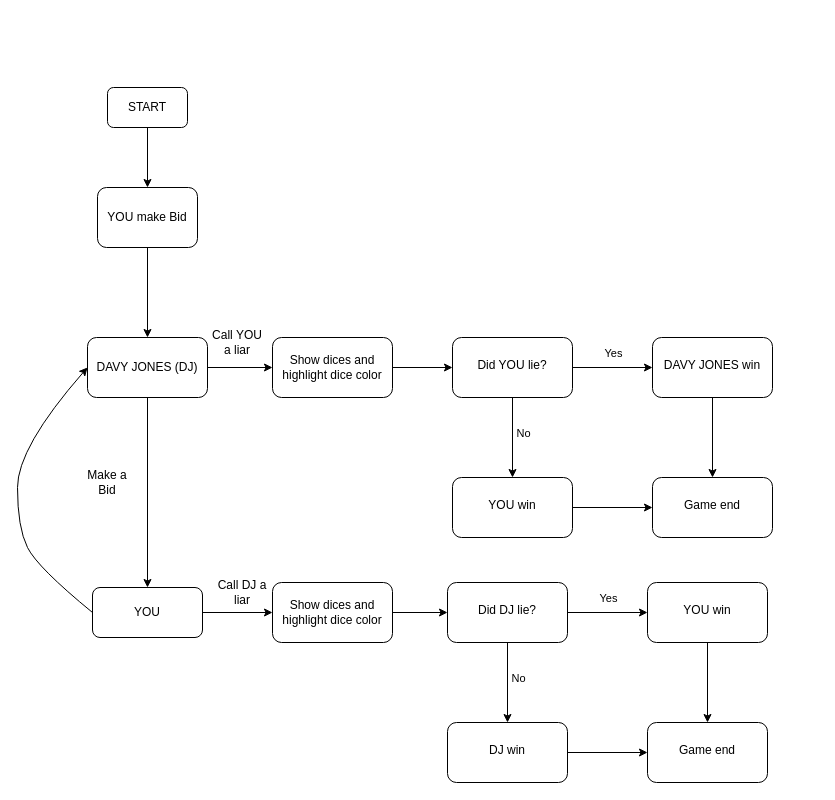
hhshan21/Liar-s-Dice keeps this draw.io diagram as Flowchart.drawio. Above is the earlier version. Source tidied: cells renumbered, new cells numbered last; positions are measured from the earlier drawing's top-left corner, leaving out a move shared by most shapes. Both pictures are drawn from the tidied source at 100%, with x=0, y=0 at pixel (17, 87).
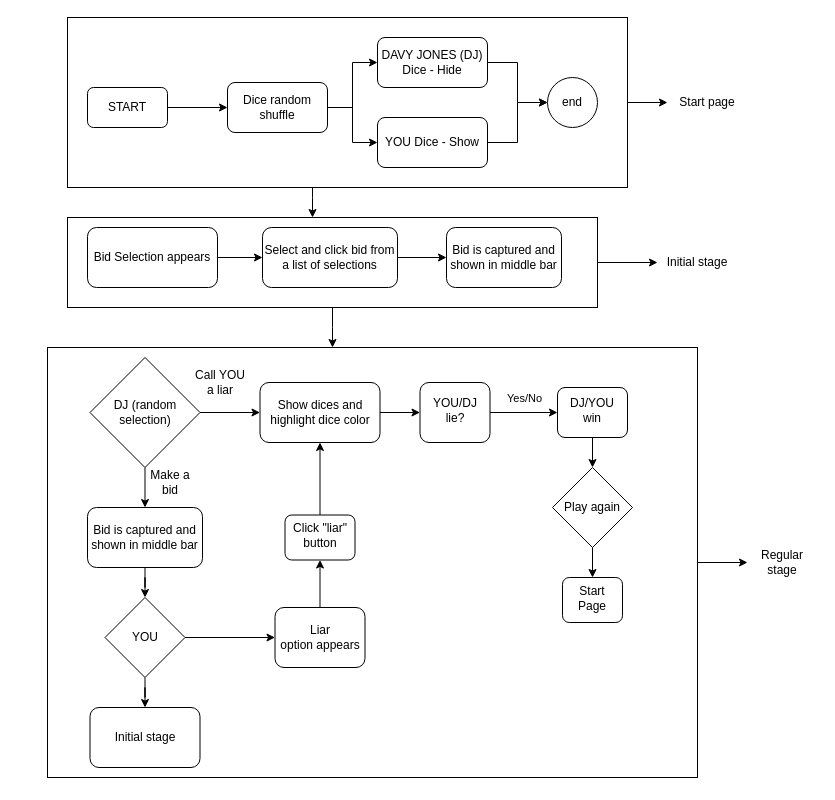
The same page after the edit.

The change refers to these unchanged cells:
```xml
<mxCell id="6" style="edgeStyle=orthogonalEdgeStyle;rounded=0;jettySize=auto;html=1;" parent="1" edge="1" source="10" target="12">
  <mxGeometry relative="1" as="geometry" />
</mxCell>
```

What changed in the source:
```diff
@@
-    <mxCell id="2" style="edgeStyle=orthogonalEdgeStyle;rounded=0;jettySize=auto;html=1;" parent="1" edge="1" source="3" target="18">
-      <mxGeometry relative="1" as="geometry" />
-    </mxCell>
+    <mxCell id="39" style="edgeStyle=orthogonalEdgeStyle;rounded=0;jettySize=auto;html=1;" parent="1" edge="1" source="40" target="69">
+      <mxGeometry relative="1" as="geometry" />
+    </mxCell>
+    <mxCell id="40" style="rounded=0;whiteSpace=wrap;html=1;fillColor=none;" parent="1" vertex="1">
+      <mxGeometry x="30" y="260" width="650" height="430" as="geometry" />
+    </mxCell>
+    <mxCell id="41" style="edgeStyle=orthogonalEdgeStyle;rounded=0;jettySize=auto;html=1;" parent="1" edge="1" source="42">
+      <mxGeometry relative="1" as="geometry">
+        <mxPoint x="315" y="260" as="targetPoint" />
+      </mxGeometry>
+    </mxCell>
+    <mxCell id="42" style="rounded=0;whiteSpace=wrap;html=1;fillColor=none;" parent="1" vertex="1">
+      <mxGeometry x="50" y="130" width="530" height="90" as="geometry" />
+    </mxCell>
+    <mxCell id="43" style="edgeStyle=orthogonalEdgeStyle;rounded=0;jettySize=auto;html=1;" parent="1" edge="1" source="3" target="56">
+      <mxGeometry relative="1" as="geometry" />
+    </mxCell>
-    <mxCell id="3" value="YOU make Bid" style="rounded=1;whiteSpace=wrap;html=1;fontSize=12;glass=0;strokeWidth=1;shadow=0;" parent="1" vertex="1">
-      <mxGeometry x="80" y="100" width="100" height="60" as="geometry" />
+    <mxCell id="3" value="Select and click bid from a list of selections" style="rounded=1;whiteSpace=wrap;html=1;fontSize=12;glass=0;strokeWidth=1;shadow=0;" parent="1" vertex="1">
+      <mxGeometry x="245" y="140" width="135" height="60" as="geometry" />
     </mxCell>
-    <mxCell id="4" style="edgeStyle=orthogonalEdgeStyle;rounded=0;jettySize=auto;html=1;" parent="1" edge="1" source="5" target="3">
-      <mxGeometry relative="1" as="geometry" />
-    </mxCell>
+    <mxCell id="44" style="edgeStyle=orthogonalEdgeStyle;rounded=0;jettySize=auto;html=1;" parent="1" edge="1" source="5" target="48">
+      <mxGeometry relative="1" as="geometry" />
+    </mxCell>
     <mxCell id="5" value="START" style="rounded=1;whiteSpace=wrap;html=1;fontSize=12;glass=0;strokeWidth=1;shadow=0;" parent="1" vertex="1">
-      <mxGeometry x="90" width="80" height="40" as="geometry" />
+      <mxGeometry x="70" width="80" height="40" as="geometry" />
     </mxCell>
@@
-    <mxCell id="7" value="Yes" style="edgeLabel;html=1;align=center;verticalAlign=middle;" parent="6" vertex="1">
+    <mxCell id="7" value="Yes/No" style="edgeLabel;html=1;align=center;verticalAlign=middle;" parent="6" vertex="1">
       <mxGeometry x="-0.03" y="2" relative="1" as="geometry">
         <mxPoint x="1" y="-13" as="offset" />
       </mxGeometry>
     </mxCell>
-    <mxCell id="8" style="edgeStyle=orthogonalEdgeStyle;rounded=0;jettySize=auto;html=1;" parent="1" edge="1" source="10" target="15">
-      <mxGeometry relative="1" as="geometry" />
-    </mxCell>
-    <mxCell id="9" value="No" style="edgeLabel;html=1;align=center;verticalAlign=middle;" parent="8" vertex="1">
-      <mxGeometry x="-0.34" y="3" relative="1" as="geometry">
-        <mxPoint x="7" y="9" as="offset" />
-      </mxGeometry>
-    </mxCell>
-    <mxCell id="10" value="Did YOU lie?" style="rounded=1;whiteSpace=wrap;html=1;shadow=0;strokeWidth=1;spacing=6;spacingTop=-4;" parent="1" vertex="1">
-      <mxGeometry x="435" y="250" width="120" height="60" as="geometry" />
+    <mxCell id="10" value="YOU/DJ lie?" style="rounded=1;whiteSpace=wrap;html=1;shadow=0;strokeWidth=1;spacing=6;spacingTop=-4;" parent="1" vertex="1">
+      <mxGeometry x="402.5" y="295" width="70" height="60" as="geometry" />
     </mxCell>
-    <mxCell id="11" style="edgeStyle=orthogonalEdgeStyle;rounded=0;jettySize=auto;html=1;" parent="1" edge="1" source="12" target="13">
-      <mxGeometry relative="1" as="geometry" />
-    </mxCell>
+    <mxCell id="45" style="edgeStyle=orthogonalEdgeStyle;rounded=0;jettySize=auto;html=1;" parent="1" edge="1" source="12" target="74">
+      <mxGeometry relative="1" as="geometry" />
+    </mxCell>
-    <mxCell id="12" value="DAVY JONES win" style="rounded=1;whiteSpace=wrap;html=1;shadow=0;strokeWidth=1;spacing=6;spacingTop=-4;" parent="1" vertex="1">
-      <mxGeometry x="635" y="250" width="120" height="60" as="geometry" />
+    <mxCell id="12" value="DJ/YOU win" style="rounded=1;whiteSpace=wrap;html=1;shadow=0;strokeWidth=1;spacing=6;spacingTop=-4;" parent="1" vertex="1">
+      <mxGeometry x="540" y="300" width="70" height="50" as="geometry" />
     </mxCell>
-    <mxCell id="13" value="Game end" style="rounded=1;whiteSpace=wrap;html=1;shadow=0;strokeWidth=1;spacing=6;spacingTop=-4;" parent="1" vertex="1">
-      <mxGeometry x="635" y="390" width="120" height="60" as="geometry" />
-    </mxCell>
-    <mxCell id="14" style="edgeStyle=orthogonalEdgeStyle;rounded=0;jettySize=auto;html=1;" parent="1" edge="1" source="15" target="13">
-      <mxGeometry relative="1" as="geometry" />
-    </mxCell>
-    <mxCell id="15" value="YOU win" style="rounded=1;whiteSpace=wrap;html=1;shadow=0;strokeWidth=1;spacing=6;spacingTop=-4;" parent="1" vertex="1">
-      <mxGeometry x="435" y="390" width="120" height="60" as="geometry" />
-    </mxCell>
-    <mxCell id="16" style="edgeStyle=orthogonalEdgeStyle;rounded=0;jettySize=auto;html=1;" parent="1" edge="1" source="18" target="21">
-      <mxGeometry relative="1" as="geometry" />
-    </mxCell>
-    <mxCell id="17" style="edgeStyle=orthogonalEdgeStyle;rounded=0;jettySize=auto;html=1;" parent="1" edge="1" source="18" target="36">
-      <mxGeometry relative="1" as="geometry" />
-    </mxCell>
-    <mxCell id="18" value="DAVY JONES (DJ)" style="rounded=1;whiteSpace=wrap;html=1;" parent="1" vertex="1">
-      <mxGeometry x="70" y="250" width="120" height="60" as="geometry" />
-    </mxCell>
     <mxCell id="19" value="Call YOU a liar" style="text;html=1;strokeColor=none;fillColor=none;align=center;verticalAlign=middle;whiteSpace=wrap;rounded=0;" parent="1" vertex="1">
-      <mxGeometry x="190" y="240" width="60" height="30" as="geometry" />
+      <mxGeometry x="172.5" y="280" width="60" height="30" as="geometry" />
     </mxCell>
-    <mxCell id="20" style="edgeStyle=orthogonalEdgeStyle;rounded=0;jettySize=auto;html=1;" parent="1" edge="1" source="21" target="38">
-      <mxGeometry relative="1" as="geometry" />
-    </mxCell>
-    <mxCell id="21" value="YOU" style="rounded=1;whiteSpace=wrap;html=1;" parent="1" vertex="1">
-      <mxGeometry x="75" y="500" width="110" height="50" as="geometry" />
-    </mxCell>
-    <mxCell id="22" value="Make a Bid" style="text;html=1;strokeColor=none;fillColor=none;align=center;verticalAlign=middle;whiteSpace=wrap;rounded=0;" parent="1" vertex="1">
-      <mxGeometry x="60" y="380" width="60" height="30" as="geometry" />
-    </mxCell>
-    <mxCell id="23" style="edgeStyle=orthogonalEdgeStyle;rounded=0;jettySize=auto;html=1;" parent="1" edge="1" source="27" target="29">
-      <mxGeometry relative="1" as="geometry" />
-    </mxCell>
-    <mxCell id="24" value="Yes" style="edgeLabel;html=1;align=center;verticalAlign=middle;" parent="23" vertex="1">
-      <mxGeometry x="-0.03" y="2" relative="1" as="geometry">
-        <mxPoint x="1" y="-13" as="offset" />
-      </mxGeometry>
-    </mxCell>
-    <mxCell id="25" style="edgeStyle=orthogonalEdgeStyle;rounded=0;jettySize=auto;html=1;" parent="1" edge="1" source="27" target="32">
-      <mxGeometry relative="1" as="geometry" />
-    </mxCell>
-    <mxCell id="26" value="No" style="edgeLabel;html=1;align=center;verticalAlign=middle;" parent="25" vertex="1">
-      <mxGeometry x="-0.34" y="3" relative="1" as="geometry">
-        <mxPoint x="7" y="9" as="offset" />
-      </mxGeometry>
-    </mxCell>
-    <mxCell id="27" value="Did DJ lie?" style="rounded=1;whiteSpace=wrap;html=1;shadow=0;strokeWidth=1;spacing=6;spacingTop=-4;" parent="1" vertex="1">
-      <mxGeometry x="430" y="495" width="120" height="60" as="geometry" />
-    </mxCell>
-    <mxCell id="28" style="edgeStyle=orthogonalEdgeStyle;rounded=0;jettySize=auto;html=1;" parent="1" edge="1" source="29" target="30">
-      <mxGeometry relative="1" as="geometry" />
-    </mxCell>
-    <mxCell id="29" value="YOU win" style="rounded=1;whiteSpace=wrap;html=1;shadow=0;strokeWidth=1;spacing=6;spacingTop=-4;" parent="1" vertex="1">
-      <mxGeometry x="630" y="495" width="120" height="60" as="geometry" />
-    </mxCell>
-    <mxCell id="30" value="Game end" style="rounded=1;whiteSpace=wrap;html=1;shadow=0;strokeWidth=1;spacing=6;spacingTop=-4;" parent="1" vertex="1">
-      <mxGeometry x="630" y="635" width="120" height="60" as="geometry" />
-    </mxCell>
-    <mxCell id="31" style="edgeStyle=orthogonalEdgeStyle;rounded=0;jettySize=auto;html=1;" parent="1" edge="1" source="32" target="30">
-      <mxGeometry relative="1" as="geometry" />
-    </mxCell>
-    <mxCell id="32" value="DJ win" style="rounded=1;whiteSpace=wrap;html=1;shadow=0;strokeWidth=1;spacing=6;spacingTop=-4;" parent="1" vertex="1">
-      <mxGeometry x="430" y="635" width="120" height="60" as="geometry" />
-    </mxCell>
-    <mxCell id="33" value="Call DJ a liar" style="text;html=1;strokeColor=none;fillColor=none;align=center;verticalAlign=middle;whiteSpace=wrap;rounded=0;" parent="1" vertex="1">
-      <mxGeometry x="195" y="490" width="60" height="30" as="geometry" />
-    </mxCell>
-    <mxCell id="34" style="curved=1;endArrow=classic;html=1;rounded=0;entryX=0;entryY=0.5;entryDx=0;entryDy=0;exitX=0;exitY=0.5;exitDx=0;exitDy=0;" parent="1" edge="1" source="21" target="18">
-      <mxGeometry relative="1" as="geometry">
-        <Array as="points">
-          <mxPoint x="20" y="480" />
-          <mxPoint y="440" />
-          <mxPoint y="360" />
-        </Array>
-      </mxGeometry>
-    </mxCell>
@@
     <mxCell id="36" value="Show dices and highlight dice color" style="rounded=1;whiteSpace=wrap;html=1;" parent="1" vertex="1">
-      <mxGeometry x="255" y="250" width="120" height="60" as="geometry" />
+      <mxGeometry x="242.5" y="295" width="120" height="60" as="geometry" />
     </mxCell>
-    <mxCell id="37" style="edgeStyle=orthogonalEdgeStyle;rounded=0;jettySize=auto;html=1;" parent="1" edge="1" source="38" target="27">
-      <mxGeometry relative="1" as="geometry" />
-    </mxCell>
-    <mxCell id="38" value="Show dices and highlight dice color" style="rounded=1;whiteSpace=wrap;html=1;" parent="1" vertex="1">
-      <mxGeometry x="255" y="495" width="120" height="60" as="geometry" />
-    </mxCell>
+    <mxCell id="46" style="edgeStyle=orthogonalEdgeStyle;rounded=0;jettySize=auto;html=1;" parent="1" edge="1" source="48" target="52">
+      <mxGeometry relative="1" as="geometry" />
+    </mxCell>
+    <mxCell id="47" style="edgeStyle=orthogonalEdgeStyle;rounded=0;jettySize=auto;html=1;entryX=0;entryY=0.5;entryDx=0;entryDy=0;" parent="1" edge="1" source="48" target="50">
+      <mxGeometry relative="1" as="geometry" />
+    </mxCell>
+    <mxCell id="48" value="Dice random shuffle" style="rounded=1;whiteSpace=wrap;html=1;" parent="1" vertex="1">
+      <mxGeometry x="210" y="-5" width="100" height="50" as="geometry" />
+    </mxCell>
+    <mxCell id="49" style="edgeStyle=orthogonalEdgeStyle;rounded=0;jettySize=auto;html=1;" parent="1" edge="1" source="50" target="53">
+      <mxGeometry relative="1" as="geometry" />
+    </mxCell>
+    <mxCell id="50" value="&lt;span style=&quot;&quot;&gt;DAVY JONES (DJ) Dice - Hide&lt;/span&gt;" style="rounded=1;whiteSpace=wrap;html=1;" parent="1" vertex="1">
+      <mxGeometry x="360" y="-50" width="110" height="50" as="geometry" />
+    </mxCell>
+    <mxCell id="51" style="edgeStyle=orthogonalEdgeStyle;rounded=0;jettySize=auto;html=1;" parent="1" edge="1" source="52" target="53">
+      <mxGeometry relative="1" as="geometry" />
+    </mxCell>
+    <mxCell id="52" value="&lt;span style=&quot;&quot;&gt;YOU Dice - Show&lt;/span&gt;" style="rounded=1;whiteSpace=wrap;html=1;" parent="1" vertex="1">
+      <mxGeometry x="360" y="30" width="110" height="50" as="geometry" />
+    </mxCell>
+    <mxCell id="53" value="end" style="ellipse;whiteSpace=wrap;html=1;" parent="1" vertex="1">
+      <mxGeometry x="530" y="-10" width="50" height="50" as="geometry" />
+    </mxCell>
+    <mxCell id="54" style="edgeStyle=orthogonalEdgeStyle;rounded=0;jettySize=auto;html=1;" parent="1" edge="1" source="55" target="3">
+      <mxGeometry relative="1" as="geometry" />
+    </mxCell>
+    <mxCell id="55" value="Bid Selection appears" style="rounded=1;whiteSpace=wrap;html=1;" parent="1" vertex="1">
+      <mxGeometry x="70" y="140" width="130" height="60" as="geometry" />
+    </mxCell>
+    <mxCell id="56" value="Bid is captured and shown in middle bar" style="rounded=1;whiteSpace=wrap;html=1;" parent="1" vertex="1">
+      <mxGeometry x="429" y="140" width="115" height="60" as="geometry" />
+    </mxCell>
+    <mxCell id="57" value="Make a bid" style="text;html=1;strokeColor=none;fillColor=none;align=center;verticalAlign=middle;whiteSpace=wrap;rounded=0;" parent="1" vertex="1">
+      <mxGeometry x="122.5" y="380" width="60" height="30" as="geometry" />
+    </mxCell>
+    <mxCell id="58" style="edgeStyle=orthogonalEdgeStyle;rounded=0;jettySize=auto;html=1;" parent="1" edge="1" source="59" target="21">
+      <mxGeometry relative="1" as="geometry" />
+    </mxCell>
+    <mxCell id="59" value="Bid is captured and shown in middle bar" style="rounded=1;whiteSpace=wrap;html=1;" parent="1" vertex="1">
+      <mxGeometry x="70" y="420" width="115" height="60" as="geometry" />
+    </mxCell>
+    <mxCell id="60" style="edgeStyle=orthogonalEdgeStyle;rounded=0;jettySize=auto;html=1;" parent="1" edge="1" source="61" target="79">
+      <mxGeometry relative="1" as="geometry" />
+    </mxCell>
+    <mxCell id="61" value="Liar&lt;br&gt;option appears" style="rounded=1;whiteSpace=wrap;html=1;" parent="1" vertex="1">
+      <mxGeometry x="257.5" y="520" width="90" height="60" as="geometry" />
+    </mxCell>
+    <mxCell id="62" value="Initial stage" style="rounded=1;whiteSpace=wrap;html=1;" parent="1" vertex="1">
+      <mxGeometry x="72.5" y="620" width="110" height="60" as="geometry" />
+    </mxCell>
+    <mxCell id="63" style="edgeStyle=orthogonalEdgeStyle;rounded=0;jettySize=auto;html=1;" parent="1" edge="1" source="65" target="66">
+      <mxGeometry relative="1" as="geometry" />
+    </mxCell>
+    <mxCell id="64" style="edgeStyle=orthogonalEdgeStyle;rounded=0;jettySize=auto;html=1;" parent="1" edge="1" source="65" target="42">
+      <mxGeometry relative="1" as="geometry">
+        <Array as="points">
+          <mxPoint x="295" y="110" />
+          <mxPoint x="295" y="110" />
+        </Array>
+      </mxGeometry>
+    </mxCell>
+    <mxCell id="65" style="rounded=0;whiteSpace=wrap;html=1;fillColor=none;" parent="1" vertex="1">
+      <mxGeometry x="50" y="-70" width="560" height="170" as="geometry" />
+    </mxCell>
+    <mxCell id="66" value="Start page" style="text;html=1;strokeColor=none;fillColor=none;align=center;verticalAlign=middle;whiteSpace=wrap;rounded=0;" parent="1" vertex="1">
+      <mxGeometry x="650" width="80" height="30" as="geometry" />
+    </mxCell>
+    <mxCell id="67" style="edgeStyle=orthogonalEdgeStyle;rounded=0;jettySize=auto;html=1;" parent="1" edge="1" source="42" target="68">
+      <mxGeometry relative="1" as="geometry" />
+    </mxCell>
+    <mxCell id="68" value="Initial stage" style="text;html=1;strokeColor=none;fillColor=none;align=center;verticalAlign=middle;whiteSpace=wrap;rounded=0;" parent="1" vertex="1">
+      <mxGeometry x="640" y="160" width="80" height="30" as="geometry" />
+    </mxCell>
+    <mxCell id="69" value="Regular stage" style="text;html=1;strokeColor=none;fillColor=none;align=center;verticalAlign=middle;whiteSpace=wrap;rounded=0;" parent="1" vertex="1">
+      <mxGeometry x="730" y="460" width="70" height="30" as="geometry" />
+    </mxCell>
+    <mxCell id="70" style="edgeStyle=orthogonalEdgeStyle;rounded=0;jettySize=auto;html=1;" parent="1" edge="1" source="72" target="59">
+      <mxGeometry relative="1" as="geometry" />
+    </mxCell>
+    <mxCell id="71" style="edgeStyle=orthogonalEdgeStyle;rounded=0;jettySize=auto;html=1;" parent="1" edge="1" source="72" target="36">
+      <mxGeometry relative="1" as="geometry" />
+    </mxCell>
+    <mxCell id="72" value="DJ (random selection)" style="rhombus;whiteSpace=wrap;html=1;fillColor=default;" parent="1" vertex="1">
+      <mxGeometry x="72.5" y="270" width="110" height="110" as="geometry" />
+    </mxCell>
+    <mxCell id="73" style="edgeStyle=orthogonalEdgeStyle;rounded=0;jettySize=auto;html=1;" parent="1" edge="1" source="74" target="75">
+      <mxGeometry relative="1" as="geometry" />
+    </mxCell>
+    <mxCell id="74" value="Play again" style="rhombus;whiteSpace=wrap;html=1;fillColor=default;" parent="1" vertex="1">
+      <mxGeometry x="535" y="380" width="80" height="80" as="geometry" />
+    </mxCell>
+    <mxCell id="75" value="Start Page" style="rounded=1;whiteSpace=wrap;html=1;shadow=0;strokeWidth=1;spacing=6;spacingTop=-4;" parent="1" vertex="1">
+      <mxGeometry x="545" y="490" width="60" height="45" as="geometry" />
+    </mxCell>
+    <mxCell id="76" style="edgeStyle=orthogonalEdgeStyle;rounded=0;jettySize=auto;html=1;" parent="1" edge="1" source="21" target="62">
+      <mxGeometry relative="1" as="geometry" />
+    </mxCell>
+    <mxCell id="77" style="edgeStyle=orthogonalEdgeStyle;rounded=0;jettySize=auto;html=1;" parent="1" edge="1" source="21" target="61">
+      <mxGeometry relative="1" as="geometry" />
+    </mxCell>
+    <mxCell id="21" value="YOU" style="rhombus;whiteSpace=wrap;html=1;fillColor=default;" parent="1" vertex="1">
+      <mxGeometry x="87.5" y="510" width="80" height="80" as="geometry" />
+    </mxCell>
+    <mxCell id="78" style="edgeStyle=orthogonalEdgeStyle;rounded=0;jettySize=auto;html=1;" parent="1" edge="1" source="79" target="36">
+      <mxGeometry relative="1" as="geometry" />
+    </mxCell>
+    <mxCell id="79" value="Click &quot;liar&quot; button" style="rounded=1;whiteSpace=wrap;html=1;shadow=0;strokeWidth=1;spacing=6;spacingTop=-4;" parent="1" vertex="1">
+      <mxGeometry x="267.5" y="427.5" width="70" height="45" as="geometry" />
+    </mxCell>
```
